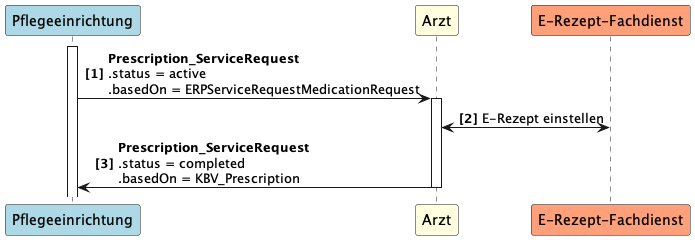
gematik/spec-E-Rezept-ServiceRequest keeps this PlantUML diagram as guides/ig-rezeptanforderung/images/puml_images/UC3.png. Above is the earlier version.
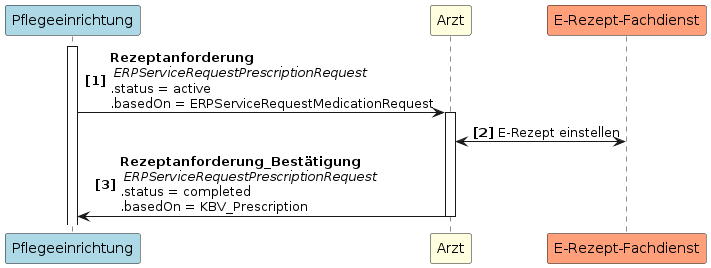
The same file after the commit.

Diff of the diagram source:
```diff
@@ -5,7 +5,7 @@
 participant "E-Rezept-Fachdienst" as FD #LightSalmon
 
 activate PE
-PE -> A++: <b>Prescription_ServiceRequest \n.status = active \n.basedOn = ERPServiceRequestMedicationRequest
+PE -> A++: <b>Rezeptanforderung\n <i>ERPServiceRequestPrescriptionRequest  \n.status = active \n.basedOn = ERPServiceRequestMedicationRequest
 A <-> FD: E-Rezept einstellen
-A -> PE--: <b>Prescription_ServiceRequest \n.status = completed \n.basedOn = KBV_Prescription
+A -> PE--: <b>Rezeptanforderung_Bestätigung\n <i>ERPServiceRequestPrescriptionRequest  \n.status = completed \n.basedOn = KBV_Prescription
 @enduml
```
